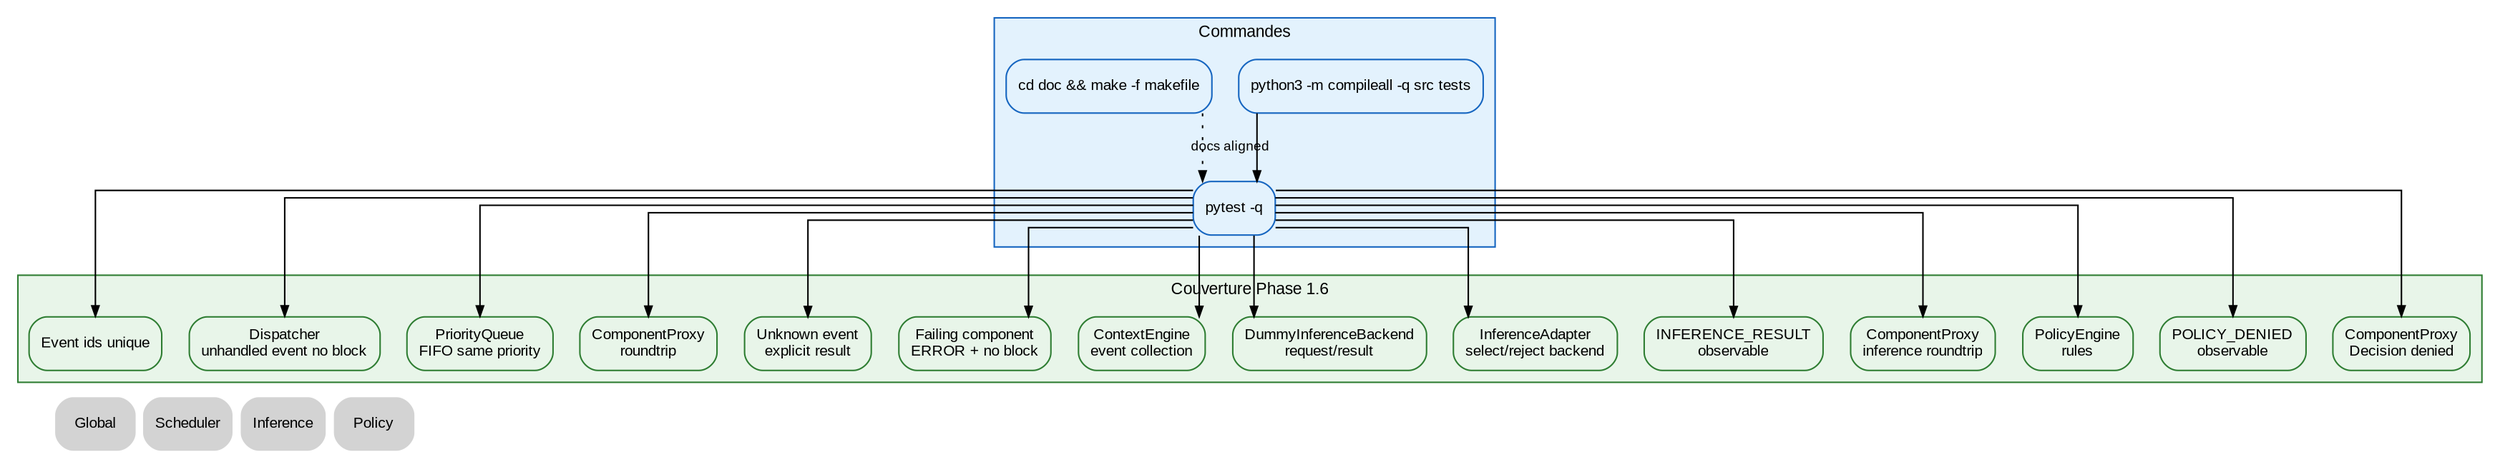
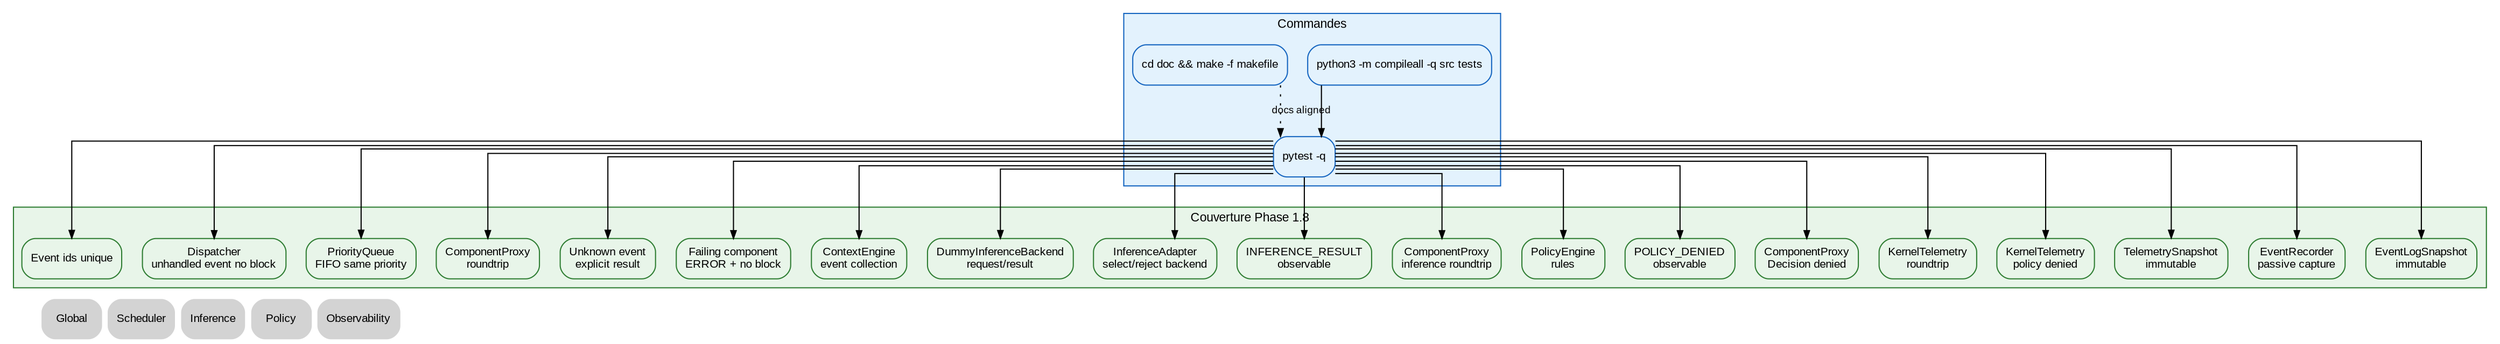
digraph Tests {
    rankdir=TB;
    splines=ortho;

    graph [fontname="Arial", fontsize=11];
    node [shape=box, style="rounded,filled", fontname="Arial", fontsize=10];
    edge [fontname="Arial", fontsize=9, arrowsize=0.7];

-     // ROADMAP_NOTE[phase1_6]:
-     // La couverture ajoute PolicyEngine. Les tests vérifient les refus
-     // déterministes avant entrée en queue, la publication POLICY_DENIED et
-     // le retour Decision via Request.reply.
+     // ROADMAP_NOTE[phase1_8]:
+     // La couverture ajoute KernelTelemetry et EventRecorder.
+     // Les tests vérifient les compteurs
+     // enqueue/dequeue/dispatch, le refus policy sans queueing, les snapshots
+     // immuables et les latences non négatives.

    subgraph cluster_commands {
        label="Commandes";
        color="#1565c0";
        bgcolor="#e3f2fd";
        node [fillcolor="#e3f2fd", color="#1565c0"];
        Compile [label="python3 -m compileall -q src tests"];
        Pytest [label="pytest -q"];
        Dot [label="cd doc && make -f makefile"];
    }

    subgraph cluster_coverage {
-         label="Couverture Phase 1.6";
+         label="Couverture Phase 1.8";
        color="#2e7d32";
        bgcolor="#e8f5e9";
        node [fillcolor="#e8f5e9", color="#2e7d32"];
        EventIds [label="Event ids unique"];
        Dispatcher [label="Dispatcher\nunhandled event no block"];
        Queue [label="PriorityQueue\nFIFO same priority"];
        Proxy [label="ComponentProxy\nroundtrip"];
        Unknown [label="Unknown event\nexplicit result"];
        Failure [label="Failing component\nERROR + no block"];
        Context [label="ContextEngine\nevent collection"];
        Inference [label="DummyInferenceBackend\nrequest/result"];
        InferenceAdapter [label="InferenceAdapter\nselect/reject backend"];
        InferenceObs [label="INFERENCE_RESULT\nobservable"];
        InferenceProxy [label="ComponentProxy\ninference roundtrip"];
        PolicyRules [label="PolicyEngine\nrules"];
        PolicyDenied [label="POLICY_DENIED\nobservable"];
        PolicyProxy [label="ComponentProxy\nDecision denied"];
+         TelemetryRoundtrip [label="KernelTelemetry\nroundtrip"];
+         TelemetryDenied [label="KernelTelemetry\npolicy denied"];
+         TelemetrySnapshot [label="TelemetrySnapshot\nimmutable"];
+         EventRecorder [label="EventRecorder\npassive capture"];
+         EventLogSnapshot [label="EventLogSnapshot\nimmutable"];
    }

    Compile -> Pytest;
    Pytest -> EventIds;
    Pytest -> Dispatcher;
    Pytest -> Queue;
    Pytest -> Proxy;
    Pytest -> Unknown;
    Pytest -> Failure;
    Pytest -> Context;
    Pytest -> Inference;
    Pytest -> InferenceAdapter;
    Pytest -> InferenceObs;
    Pytest -> InferenceProxy;
    Pytest -> PolicyRules;
    Pytest -> PolicyDenied;
    Pytest -> PolicyProxy;
+     Pytest -> TelemetryRoundtrip;
+     Pytest -> TelemetryDenied;
+     Pytest -> TelemetrySnapshot;
+     Pytest -> EventRecorder;
+     Pytest -> EventLogSnapshot;
    Dot -> Pytest [style=dotted, label="docs aligned"];

    Nav_Global [label="Global", shape=plaintext, URL="../00_global.svg"];
    Nav_Scheduler [label="Scheduler", shape=plaintext, URL="../scheduler/10_scheduler.svg"];
    Nav_Inference [label="Inference", shape=plaintext, URL="../inference/40_inference.svg"];
    Nav_Policy [label="Policy", shape=plaintext, URL="../00_global.svg"];
+     Nav_Observability [label="Observability", shape=plaintext, URL="../observability/70_observability.svg"];

-     { rank=sink; Nav_Global; Nav_Scheduler; Nav_Inference; Nav_Policy; }
+     { rank=sink; Nav_Global; Nav_Scheduler; Nav_Inference; Nav_Policy; Nav_Observability; }
}
